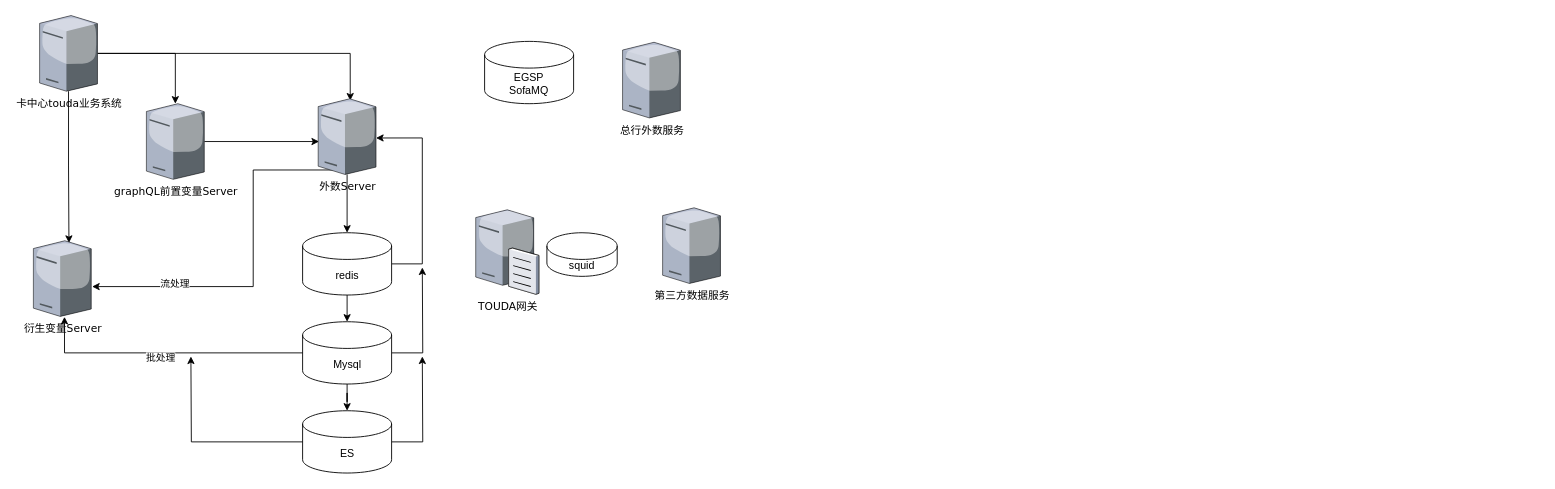
This is Untitled Diagram.drawio from SingASongForU/myGambling, a draw.io file, before an edit. Source tidied: cells renumbered, new cells numbered last; positions are measured from the earlier drawing's top-left corner, leaving out a move shared by most shapes. Both pictures are drawn from the tidied source at 89%, with x=0, y=0 at pixel (33, 15).
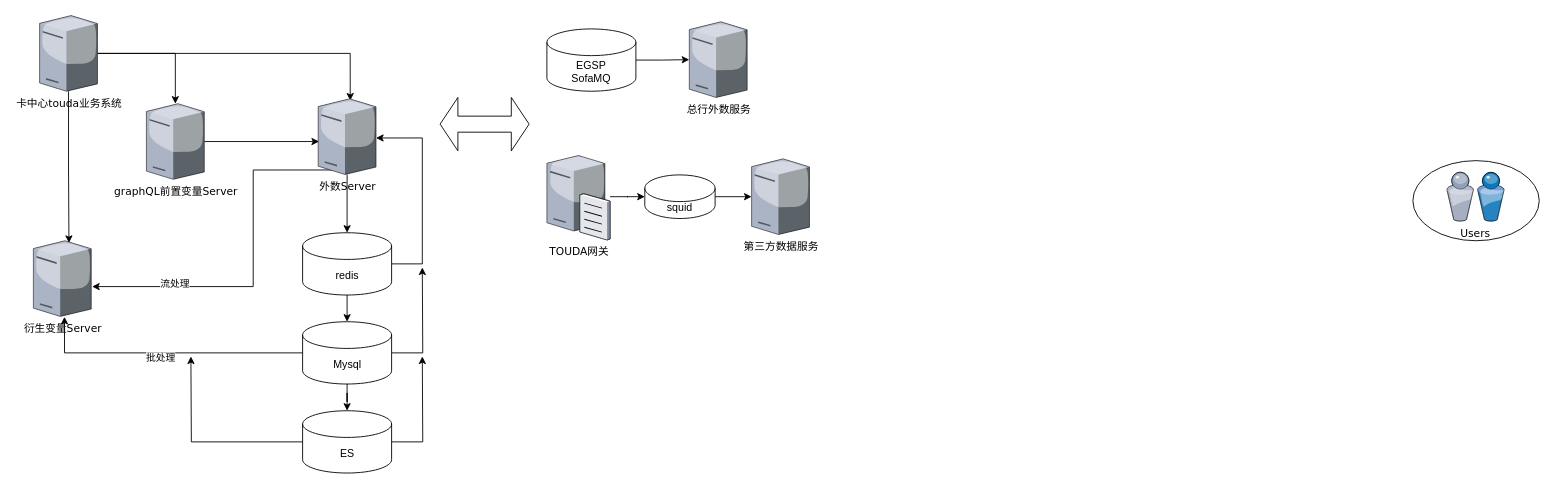
The same diagram, later.

Commit message:
Network architecture v1

Diff of the diagram source:
```diff
@@
+    <mxCell id="29" style="edgeStyle=orthogonalEdgeStyle;rounded=0;jettySize=auto;html=1;" parent="1" edge="1" source="2" target="24">
+      <mxGeometry relative="1" as="geometry" />
+    </mxCell>
     <mxCell id="2" value="TOUDA网关" style="verticalLabelPosition=bottom;html=1;verticalAlign=top;strokeColor=none;shape=mxgraph.citrix.file_server;rounded=0;shadow=0;comic=0;fontFamily=Verdana;" parent="1" vertex="1">
-      <mxGeometry x="497" y="216" width="71" height="97" as="geometry" />
+      <mxGeometry x="577" y="155" width="71" height="97" as="geometry" />
     </mxCell>
@@
+    <mxCell id="30" style="ellipse;whiteSpace=wrap;html=1;rounded=0;shadow=0;comic=0;strokeWidth=1;fontFamily=Verdana;" parent="1" vertex="1">
+      <mxGeometry x="1550" y="163" width="142" height="90" as="geometry" />
+    </mxCell>
+    <mxCell id="31" value="Users" style="verticalLabelPosition=bottom;html=1;verticalAlign=top;strokeColor=none;shape=mxgraph.citrix.users;rounded=0;shadow=0;comic=0;fontFamily=Verdana;" parent="1" vertex="1">
+      <mxGeometry x="1588" y="176" width="64.5" height="55" as="geometry" />
+    </mxCell>
@@
+    <mxCell id="32" style="edgeStyle=orthogonalEdgeStyle;rounded=0;jettySize=auto;html=1;" parent="1" edge="1" source="11" target="22">
+      <mxGeometry relative="1" as="geometry" />
+    </mxCell>
     <mxCell id="11" value="EGSP&lt;br&gt;SofaMQ" style="shape=cylinder3;whiteSpace=wrap;html=1;boundedLbl=1;backgroundOutline=1;size=15;" parent="1" vertex="1">
-      <mxGeometry x="507" y="29" width="100" height="70" as="geometry" />
+      <mxGeometry x="577" y="15" width="100" height="70" as="geometry" />
     </mxCell>
@@
     <mxCell id="22" value="总行外数服务" style="verticalLabelPosition=bottom;html=1;verticalAlign=top;strokeColor=none;shape=mxgraph.citrix.tower_server;rounded=0;shadow=0;comic=0;fontFamily=Verdana;" parent="1" vertex="1">
-      <mxGeometry x="662" y="30" width="65" height="85" as="geometry" />
+      <mxGeometry x="737" y="7" width="65" height="85" as="geometry" />
     </mxCell>
     <mxCell id="23" value="第三方数据服务" style="verticalLabelPosition=bottom;html=1;verticalAlign=top;strokeColor=none;shape=mxgraph.citrix.tower_server;rounded=0;shadow=0;comic=0;fontFamily=Verdana;" parent="1" vertex="1">
-      <mxGeometry x="707" y="216" width="65" height="85" as="geometry" />
+      <mxGeometry x="807" y="161" width="65" height="85" as="geometry" />
     </mxCell>
+    <mxCell id="33" style="edgeStyle=orthogonalEdgeStyle;rounded=0;jettySize=auto;html=1;" parent="1" edge="1" source="24" target="23">
+      <mxGeometry relative="1" as="geometry" />
+    </mxCell>
     <mxCell id="24" value="squid" style="shape=cylinder3;whiteSpace=wrap;html=1;boundedLbl=1;backgroundOutline=1;size=15;" parent="1" vertex="1">
-      <mxGeometry x="577" y="244" width="79" height="49" as="geometry" />
+      <mxGeometry x="687" y="179" width="79" height="49" as="geometry" />
     </mxCell>
@@
+    <mxCell id="34" style="shape=doubleArrow;whiteSpace=wrap;html=1;" parent="1" vertex="1">
+      <mxGeometry x="457" y="92" width="100" height="60" as="geometry" />
+    </mxCell>
```
